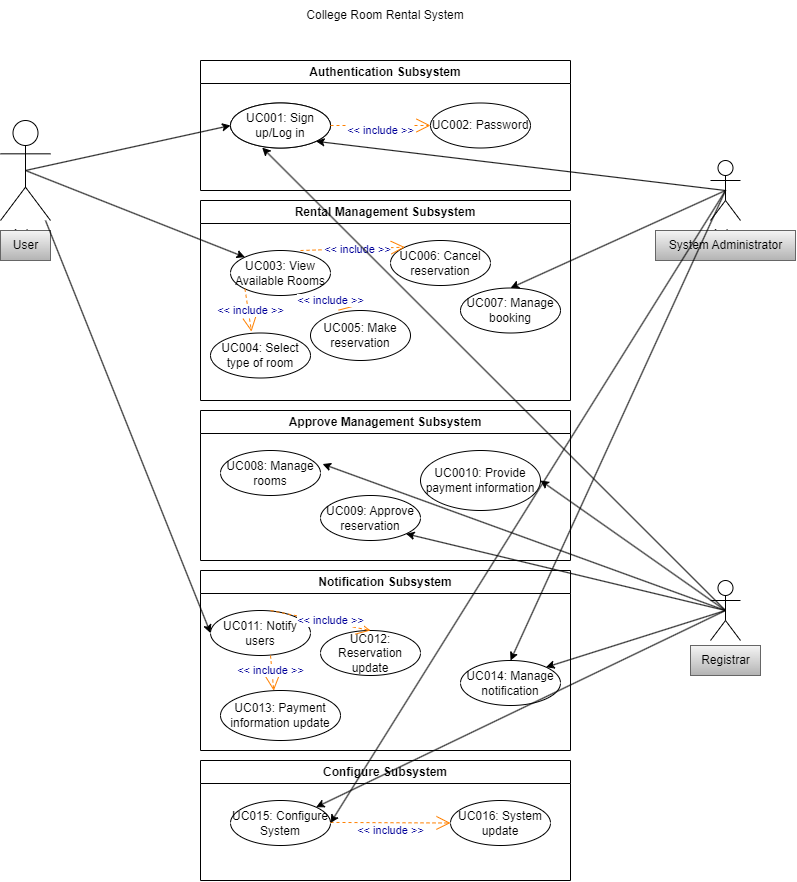
The draw.io diagram project/drawio/Alpha/useCasediagram.drawio.png in drshahizan/software-engineering, before a commit. Source tidied: cells renumbered, new cells last; positions are measured from the earlier drawing's top-left corner, leaving out a move shared by most shapes.
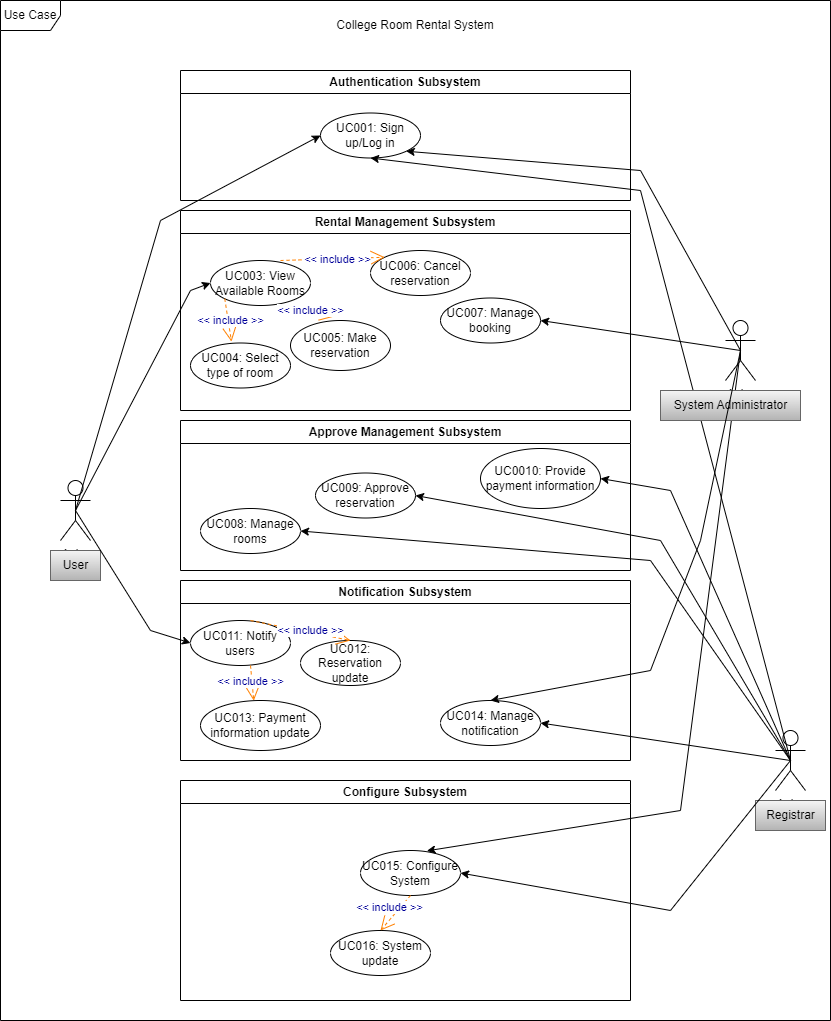
Later version of the same file.

Diff of the diagram source:
```diff
@@ -2,26 +2,20 @@
   <root>
     <mxCell id="0" />
     <mxCell id="1" parent="0" />
+    <mxCell id="51" value="Use Case" style="shape=umlFrame;whiteSpace=wrap;html=1;" parent="1" vertex="1">
+      <mxGeometry x="-30" y="-10" width="830" height="1020" as="geometry" />
+    </mxCell>
     <mxCell id="2" value="College Room Rental System" style="text;html=1;strokeColor=none;fillColor=none;align=center;verticalAlign=middle;whiteSpace=wrap;rounded=0;" parent="1" vertex="1">
       <mxGeometry x="240" width="290" height="30" as="geometry" />
     </mxCell>
     <mxCell id="3" value="Authentication Subsystem" style="swimlane;whiteSpace=wrap;html=1;" parent="1" vertex="1">
-      <mxGeometry x="200" y="60" width="370" height="130" as="geometry" />
+      <mxGeometry x="150" y="60" width="450" height="130" as="geometry" />
     </mxCell>
-    <mxCell id="4" value="UC001: Sign up/Log in" style="ellipse;whiteSpace=wrap;html=1;" parent="3" vertex="1">
-      <mxGeometry x="30" y="42.5" width="100" height="45" as="geometry" />
-    </mxCell>
-    <mxCell id="5" value="UC002: Password" style="ellipse;whiteSpace=wrap;html=1;" parent="3" vertex="1">
-      <mxGeometry x="230" y="42.5" width="100" height="45" as="geometry" />
-    </mxCell>
-    <mxCell id="6" value="UC001: Sign up/Log in" style="ellipse;whiteSpace=wrap;html=1;" parent="1" vertex="1">
-      <mxGeometry x="230" y="102.5" width="100" height="45" as="geometry" />
+    <mxCell id="6" value="UC001: Sign up/Log in" style="ellipse;whiteSpace=wrap;html=1;" parent="3" vertex="1">
+      <mxGeometry x="140" y="42.5" width="100" height="45" as="geometry" />
     </mxCell>
-    <mxCell id="7" value="&amp;lt;&amp;lt; include &amp;gt;&amp;gt;" style="endArrow=open;endSize=12;dashed=1;html=1;exitX=1;exitY=0.5;entryX=0;entryY=0.5;fontColor=#000099;strokeColor=#FF8000;exitDx=0;exitDy=0;entryDx=0;entryDy=0;" parent="1" edge="1" source="6" target="5">
-      <mxGeometry y="-5" relative="1" as="geometry" />
-    </mxCell>
     <mxCell id="8" value="Rental Management Subsystem" style="swimlane;whiteSpace=wrap;html=1;" parent="1" vertex="1">
-      <mxGeometry x="200" y="200" width="370" height="200" as="geometry" />
+      <mxGeometry x="150" y="200" width="450" height="200" as="geometry" />
     </mxCell>
     <mxCell id="9" value="UC003: View Available Rooms" style="ellipse;whiteSpace=wrap;html=1;" parent="8" vertex="1">
       <mxGeometry x="30" y="50" width="100" height="45" as="geometry" />
@@ -52,19 +46,19 @@
       <mxGeometry x="0.03" y="2" relative="1" as="geometry" />
     </mxCell>
     <mxCell id="17" value="Approve Management Subsystem" style="swimlane;whiteSpace=wrap;html=1;" parent="1" vertex="1">
-      <mxGeometry x="200" y="410" width="370" height="150" as="geometry" />
+      <mxGeometry x="150" y="410" width="450" height="150" as="geometry" />
     </mxCell>
     <mxCell id="18" value="UC008: Manage rooms" style="ellipse;whiteSpace=wrap;html=1;" parent="17" vertex="1">
-      <mxGeometry x="20" y="40" width="100" height="45" as="geometry" />
+      <mxGeometry x="20" y="88" width="100" height="45" as="geometry" />
     </mxCell>
     <mxCell id="19" value="UC009: Approve reservation" style="ellipse;whiteSpace=wrap;html=1;" parent="17" vertex="1">
-      <mxGeometry x="120" y="85" width="100" height="45" as="geometry" />
+      <mxGeometry x="135" y="52.5" width="100" height="45" as="geometry" />
     </mxCell>
     <mxCell id="20" value="UC0010: Provide payment information" style="ellipse;whiteSpace=wrap;html=1;" parent="17" vertex="1">
-      <mxGeometry x="220" y="40" width="120" height="60" as="geometry" />
+      <mxGeometry x="300" y="28" width="120" height="60" as="geometry" />
     </mxCell>
     <mxCell id="21" value="Notification Subsystem" style="swimlane;whiteSpace=wrap;html=1;" parent="1" vertex="1">
-      <mxGeometry x="200" y="570" width="370" height="180" as="geometry" />
+      <mxGeometry x="150" y="570" width="450" height="180" as="geometry" />
     </mxCell>
     <mxCell id="22" value="UC011: Notify users" style="ellipse;whiteSpace=wrap;html=1;" parent="21" vertex="1">
       <mxGeometry x="10" y="40" width="100" height="45" as="geometry" />
@@ -76,7 +70,7 @@
       <mxGeometry x="120" y="60" width="100" height="45" as="geometry" />
     </mxCell>
     <mxCell id="25" value="UC014: Manage notification" style="ellipse;whiteSpace=wrap;html=1;" parent="21" vertex="1">
-      <mxGeometry x="260" y="90" width="100" height="45" as="geometry" />
+      <mxGeometry x="260" y="120" width="100" height="45" as="geometry" />
     </mxCell>
     <mxCell id="26" value="&amp;lt;&amp;lt; include &amp;gt;&amp;gt;" style="endArrow=open;endSize=12;dashed=1;html=1;exitX=1;exitY=0.5;entryX=0.444;entryY=0.004;fontColor=#000099;strokeColor=#FF8000;exitDx=0;exitDy=0;entryDx=0;entryDy=0;entryPerimeter=0;" parent="21" edge="1" target="23">
       <mxGeometry x="-0.16" y="-1" relative="1" as="geometry">
@@ -90,75 +84,118 @@
       </mxGeometry>
     </mxCell>
     <mxCell id="28" value="Configure Subsystem" style="swimlane;whiteSpace=wrap;html=1;" parent="1" vertex="1">
-      <mxGeometry x="200" y="760" width="370" height="120" as="geometry" />
+      <mxGeometry x="150" y="770" width="450" height="220" as="geometry" />
     </mxCell>
     <mxCell id="29" value="UC015: Configure System" style="ellipse;whiteSpace=wrap;html=1;" parent="28" vertex="1">
-      <mxGeometry x="30" y="40" width="100" height="45" as="geometry" />
+      <mxGeometry x="180" y="70" width="100" height="45" as="geometry" />
     </mxCell>
     <mxCell id="30" value="UC016: System update" style="ellipse;whiteSpace=wrap;html=1;" parent="28" vertex="1">
-      <mxGeometry x="250" y="40" width="100" height="45" as="geometry" />
+      <mxGeometry x="150" y="150" width="100" height="45" as="geometry" />
     </mxCell>
-    <mxCell id="31" value="&amp;lt;&amp;lt; include &amp;gt;&amp;gt;" style="endArrow=open;endSize=12;dashed=1;html=1;exitX=1;exitY=0.5;fontColor=#000099;strokeColor=#FF8000;exitDx=0;exitDy=0;entryX=0;entryY=0.5;entryDx=0;entryDy=0;" parent="28" edge="1" target="30">
-      <mxGeometry y="-8" relative="1" as="geometry">
-        <mxPoint x="130" y="61.9" as="sourcePoint" />
-      </mxGeometry>
+    <mxCell id="31" value="&amp;lt;&amp;lt; include &amp;gt;&amp;gt;" style="endArrow=open;endSize=12;dashed=1;html=1;exitX=0.5;exitY=1;fontColor=#000099;strokeColor=#FF8000;exitDx=0;exitDy=0;entryX=0.5;entryY=0;entryDx=0;entryDy=0;" parent="28" edge="1" source="29" target="30">
+      <mxGeometry y="-8" relative="1" as="geometry" />
     </mxCell>
     <mxCell id="32" value="Actor" style="shape=umlActor;verticalLabelPosition=bottom;verticalAlign=top;html=1;outlineConnect=0;" parent="1" vertex="1">
-      <mxGeometry y="120" width="50" height="100" as="geometry" />
+      <mxGeometry x="30" y="470" width="30" height="60" as="geometry" />
     </mxCell>
     <mxCell id="33" value="User" style="text;html=1;align=center;verticalAlign=middle;strokeColor=#666666;fillColor=#f5f5f5;gradientColor=#b3b3b3;" parent="1" vertex="1">
-      <mxGeometry y="230" width="50" height="30" as="geometry" />
+      <mxGeometry x="20" y="540" width="50" height="30" as="geometry" />
     </mxCell>
     <mxCell id="34" value="Actor" style="shape=umlActor;verticalLabelPosition=bottom;verticalAlign=top;html=1;outlineConnect=0;" parent="1" vertex="1">
-      <mxGeometry x="710" y="160" width="30" height="60" as="geometry" />
+      <mxGeometry x="695" y="310" width="30" height="60" as="geometry" />
     </mxCell>
     <mxCell id="35" value="Actor" style="shape=umlActor;verticalLabelPosition=bottom;verticalAlign=top;html=1;outlineConnect=0;" parent="1" vertex="1">
-      <mxGeometry x="710" y="580" width="30" height="60" as="geometry" />
+      <mxGeometry x="745" y="720" width="30" height="60" as="geometry" />
     </mxCell>
     <mxCell id="36" value="Registrar" style="text;html=1;align=center;verticalAlign=middle;strokeColor=#666666;fillColor=#f5f5f5;gradientColor=#b3b3b3;" parent="1" vertex="1">
-      <mxGeometry x="690" y="645" width="70" height="30" as="geometry" />
+      <mxGeometry x="725" y="790" width="70" height="30" as="geometry" />
     </mxCell>
-    <mxCell id="37" value="System Administrator&lt;br&gt;" style="text;html=1;align=center;verticalAlign=middle;strokeColor=#666666;fillColor=#f5f5f5;gradientColor=#b3b3b3;" parent="1" vertex="1">
-      <mxGeometry x="655" y="230" width="140" height="30" as="geometry" />
-    </mxCell>
     <mxCell id="38" style="endArrow=classic;html=1;rounded=0;exitX=0.5;exitY=0.5;exitDx=0;exitDy=0;exitPerimeter=0;entryX=0;entryY=0.5;entryDx=0;entryDy=0;" parent="1" edge="1" source="32" target="6">
-      <mxGeometry relative="1" as="geometry" />
+      <mxGeometry relative="1" as="geometry">
+        <Array as="points">
+          <mxPoint x="130" y="210" />
+        </Array>
+      </mxGeometry>
     </mxCell>
-    <mxCell id="39" style="endArrow=classic;html=1;rounded=0;exitX=0.5;exitY=0.5;exitDx=0;exitDy=0;exitPerimeter=0;entryX=0;entryY=0;entryDx=0;entryDy=0;" parent="1" edge="1" source="32" target="9">
-      <mxGeometry relative="1" as="geometry" />
+    <mxCell id="39" style="endArrow=classic;html=1;rounded=0;exitX=0.5;exitY=0.5;exitDx=0;exitDy=0;exitPerimeter=0;entryX=0;entryY=0.5;entryDx=0;entryDy=0;" parent="1" edge="1" source="32" target="9">
+      <mxGeometry relative="1" as="geometry">
+        <Array as="points">
+          <mxPoint x="160" y="280" />
+        </Array>
+      </mxGeometry>
     </mxCell>
-    <mxCell id="40" style="endArrow=classic;html=1;rounded=0;entryX=0;entryY=0.5;entryDx=0;entryDy=0;" parent="1" edge="1" source="32" target="22">
-      <mxGeometry relative="1" as="geometry" />
+    <mxCell id="40" style="endArrow=classic;html=1;rounded=0;entryX=0;entryY=0.5;entryDx=0;entryDy=0;exitX=0.5;exitY=0.5;exitDx=0;exitDy=0;exitPerimeter=0;" parent="1" edge="1" source="32" target="22">
+      <mxGeometry relative="1" as="geometry">
+        <Array as="points">
+          <mxPoint x="120" y="620" />
+        </Array>
+      </mxGeometry>
     </mxCell>
     <mxCell id="41" style="endArrow=classic;html=1;rounded=0;exitX=0.5;exitY=0.5;exitDx=0;exitDy=0;exitPerimeter=0;entryX=1;entryY=1;entryDx=0;entryDy=0;" parent="1" edge="1" source="34" target="6">
-      <mxGeometry relative="1" as="geometry" />
+      <mxGeometry relative="1" as="geometry">
+        <Array as="points">
+          <mxPoint x="610" y="160" />
+        </Array>
+      </mxGeometry>
     </mxCell>
-    <mxCell id="42" style="endArrow=classic;html=1;rounded=0;exitX=0.5;exitY=0.5;exitDx=0;exitDy=0;exitPerimeter=0;entryX=1;entryY=1;entryDx=0;entryDy=0;" parent="1" edge="1" source="35" target="19">
-      <mxGeometry relative="1" as="geometry" />
+    <mxCell id="42" style="endArrow=classic;html=1;rounded=0;exitX=0.5;exitY=0.5;exitDx=0;exitDy=0;exitPerimeter=0;entryX=1;entryY=0.5;entryDx=0;entryDy=0;" parent="1" edge="1" source="35" target="19">
+      <mxGeometry relative="1" as="geometry">
+        <Array as="points">
+          <mxPoint x="630" y="530" />
+        </Array>
+      </mxGeometry>
     </mxCell>
-    <mxCell id="43" style="endArrow=classic;html=1;rounded=0;exitX=0.5;exitY=0.5;exitDx=0;exitDy=0;exitPerimeter=0;entryX=0.5;entryY=0;entryDx=0;entryDy=0;" parent="1" edge="1" source="34" target="13">
+    <mxCell id="43" style="endArrow=classic;html=1;rounded=0;exitX=0.5;exitY=0.5;exitDx=0;exitDy=0;exitPerimeter=0;entryX=1;entryY=0.5;entryDx=0;entryDy=0;" parent="1" edge="1" source="34" target="13">
       <mxGeometry relative="1" as="geometry" />
     </mxCell>
-    <mxCell id="44" style="endArrow=classic;html=1;rounded=0;exitX=0.5;exitY=0.5;exitDx=0;exitDy=0;exitPerimeter=0;entryX=1.021;entryY=0.301;entryDx=0;entryDy=0;entryPerimeter=0;" parent="1" edge="1" source="35" target="18">
-      <mxGeometry relative="1" as="geometry" />
+    <mxCell id="44" style="endArrow=classic;html=1;rounded=0;exitX=0.5;exitY=0.5;exitDx=0;exitDy=0;exitPerimeter=0;entryX=1;entryY=0.5;entryDx=0;entryDy=0;" parent="1" edge="1" source="35" target="18">
+      <mxGeometry relative="1" as="geometry">
+        <Array as="points">
+          <mxPoint x="620" y="550" />
+        </Array>
+      </mxGeometry>
     </mxCell>
     <mxCell id="45" style="endArrow=classic;html=1;rounded=0;exitX=0.5;exitY=0.5;exitDx=0;exitDy=0;exitPerimeter=0;entryX=1;entryY=0.5;entryDx=0;entryDy=0;" parent="1" edge="1" source="35" target="20">
-      <mxGeometry relative="1" as="geometry" />
+      <mxGeometry relative="1" as="geometry">
+        <Array as="points">
+          <mxPoint x="640" y="480" />
+        </Array>
+      </mxGeometry>
     </mxCell>
-    <mxCell id="46" style="endArrow=classic;html=1;rounded=0;exitX=0.5;exitY=0.5;exitDx=0;exitDy=0;exitPerimeter=0;entryX=0.317;entryY=0.991;entryDx=0;entryDy=0;entryPerimeter=0;" parent="1" edge="1" source="35" target="6">
-      <mxGeometry relative="1" as="geometry" />
+    <mxCell id="46" style="endArrow=classic;html=1;rounded=0;exitX=0.5;exitY=0.5;exitDx=0;exitDy=0;exitPerimeter=0;entryX=0.5;entryY=1;entryDx=0;entryDy=0;" parent="1" edge="1" source="35" target="6">
+      <mxGeometry relative="1" as="geometry">
+        <Array as="points">
+          <mxPoint x="610" y="180" />
+        </Array>
+      </mxGeometry>
     </mxCell>
-    <mxCell id="47" style="endArrow=classic;html=1;rounded=0;entryX=0.5;entryY=0;entryDx=0;entryDy=0;exitX=0.5;exitY=0.5;exitDx=0;exitDy=0;exitPerimeter=0;" parent="1" edge="1" source="34" target="25">
-      <mxGeometry relative="1" as="geometry" />
-    </mxCell>
-    <mxCell id="48" style="endArrow=classic;html=1;rounded=0;exitX=0.5;exitY=0.5;exitDx=0;exitDy=0;exitPerimeter=0;entryX=1;entryY=0;entryDx=0;entryDy=0;" parent="1" edge="1" source="35" target="25">
+    <mxCell id="48" style="endArrow=classic;html=1;rounded=0;exitX=0.5;exitY=0.5;exitDx=0;exitDy=0;exitPerimeter=0;entryX=1;entryY=0.5;entryDx=0;entryDy=0;" parent="1" edge="1" source="35" target="25">
       <mxGeometry relative="1" as="geometry" />
     </mxCell>
-    <mxCell id="49" style="endArrow=classic;html=1;rounded=0;entryX=1;entryY=0;entryDx=0;entryDy=0;exitX=0.5;exitY=0.5;exitDx=0;exitDy=0;exitPerimeter=0;" parent="1" edge="1" source="35" target="29">
-      <mxGeometry relative="1" as="geometry" />
+    <mxCell id="49" style="endArrow=classic;html=1;rounded=0;entryX=1;entryY=0.5;entryDx=0;entryDy=0;exitX=0.5;exitY=0.5;exitDx=0;exitDy=0;exitPerimeter=0;" parent="1" edge="1" source="35" target="29">
+      <mxGeometry relative="1" as="geometry">
+        <Array as="points">
+          <mxPoint x="640" y="900" />
+        </Array>
+      </mxGeometry>
     </mxCell>
-    <mxCell id="50" style="endArrow=classic;html=1;rounded=0;exitX=0.5;exitY=0.5;exitDx=0;exitDy=0;exitPerimeter=0;entryX=1;entryY=0.5;entryDx=0;entryDy=0;" parent="1" edge="1" source="34" target="29">
-      <mxGeometry relative="1" as="geometry" />
+    <mxCell id="50" style="endArrow=classic;html=1;rounded=0;exitX=0.5;exitY=0.5;exitDx=0;exitDy=0;exitPerimeter=0;entryX=0.664;entryY=0.008;entryDx=0;entryDy=0;entryPerimeter=0;" parent="1" edge="1" source="34" target="29">
+      <mxGeometry relative="1" as="geometry">
+        <Array as="points">
+          <mxPoint x="650" y="800" />
+        </Array>
+      </mxGeometry>
     </mxCell>
+    <mxCell id="37" value="System Administrator&lt;br&gt;" style="text;html=1;align=center;verticalAlign=middle;strokeColor=#666666;fillColor=#f5f5f5;gradientColor=#b3b3b3;" parent="1" vertex="1">
+      <mxGeometry x="630" y="380" width="140" height="30" as="geometry" />
+    </mxCell>
+    <mxCell id="47" style="endArrow=classic;html=1;rounded=0;entryX=0.5;entryY=0;entryDx=0;entryDy=0;exitX=0.5;exitY=0.5;exitDx=0;exitDy=0;exitPerimeter=0;" parent="1" edge="1" source="34" target="25">
+      <mxGeometry relative="1" as="geometry">
+        <Array as="points">
+          <mxPoint x="670" y="530" />
+          <mxPoint x="620" y="660" />
+        </Array>
+      </mxGeometry>
+    </mxCell>
   </root>
 </mxGraphModel>
```
